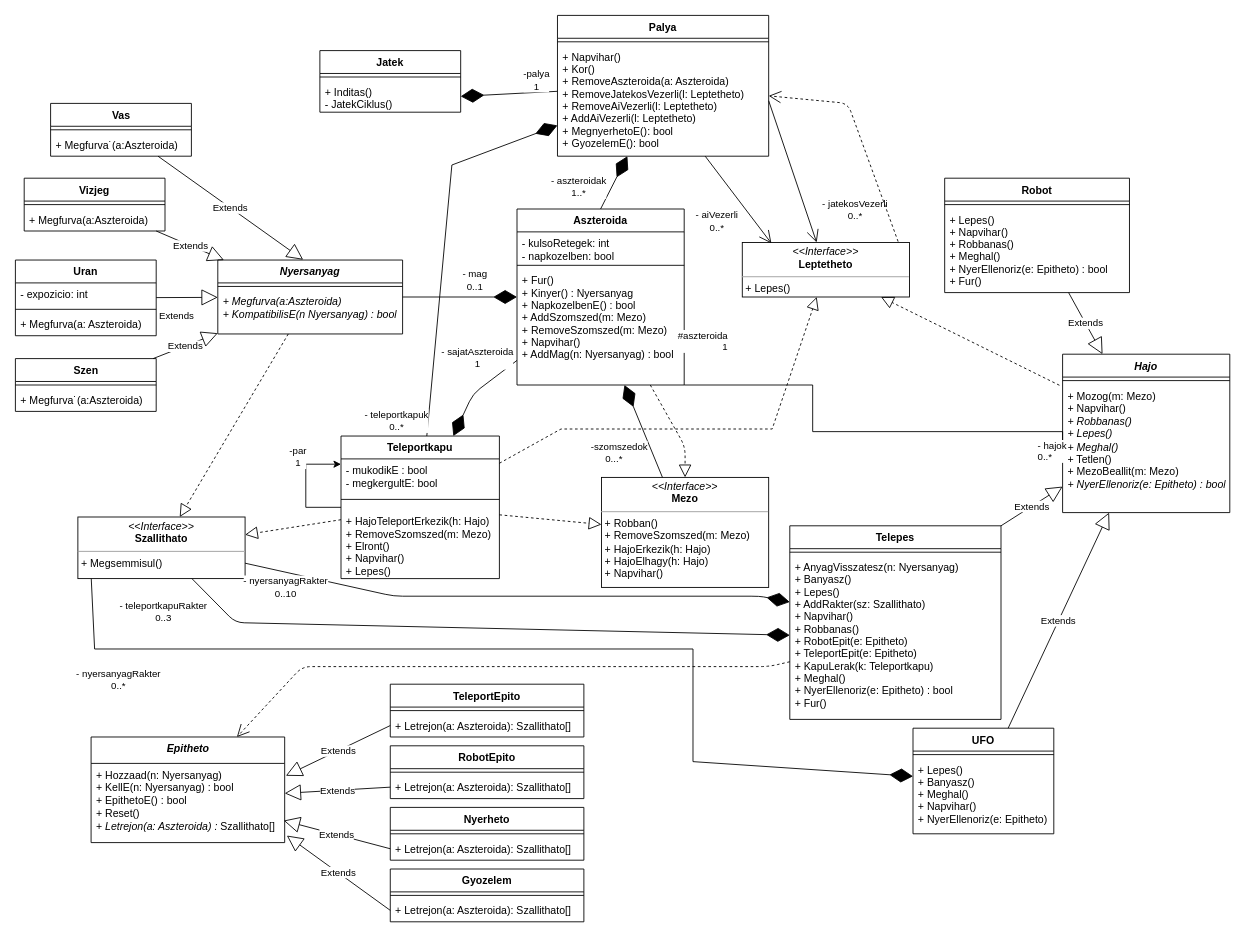
This is doc/class.drawio from torpeBoiGo/aszteroidabanyaszat, a draw.io file, before an edit. Source tidied: cells renumbered, new cells numbered last; positions are measured from the earlier drawing's top-left corner, leaving out a move shared by most shapes. Both pictures are drawn from the tidied source at 88%, with x=0, y=0 at pixel (15, 15).
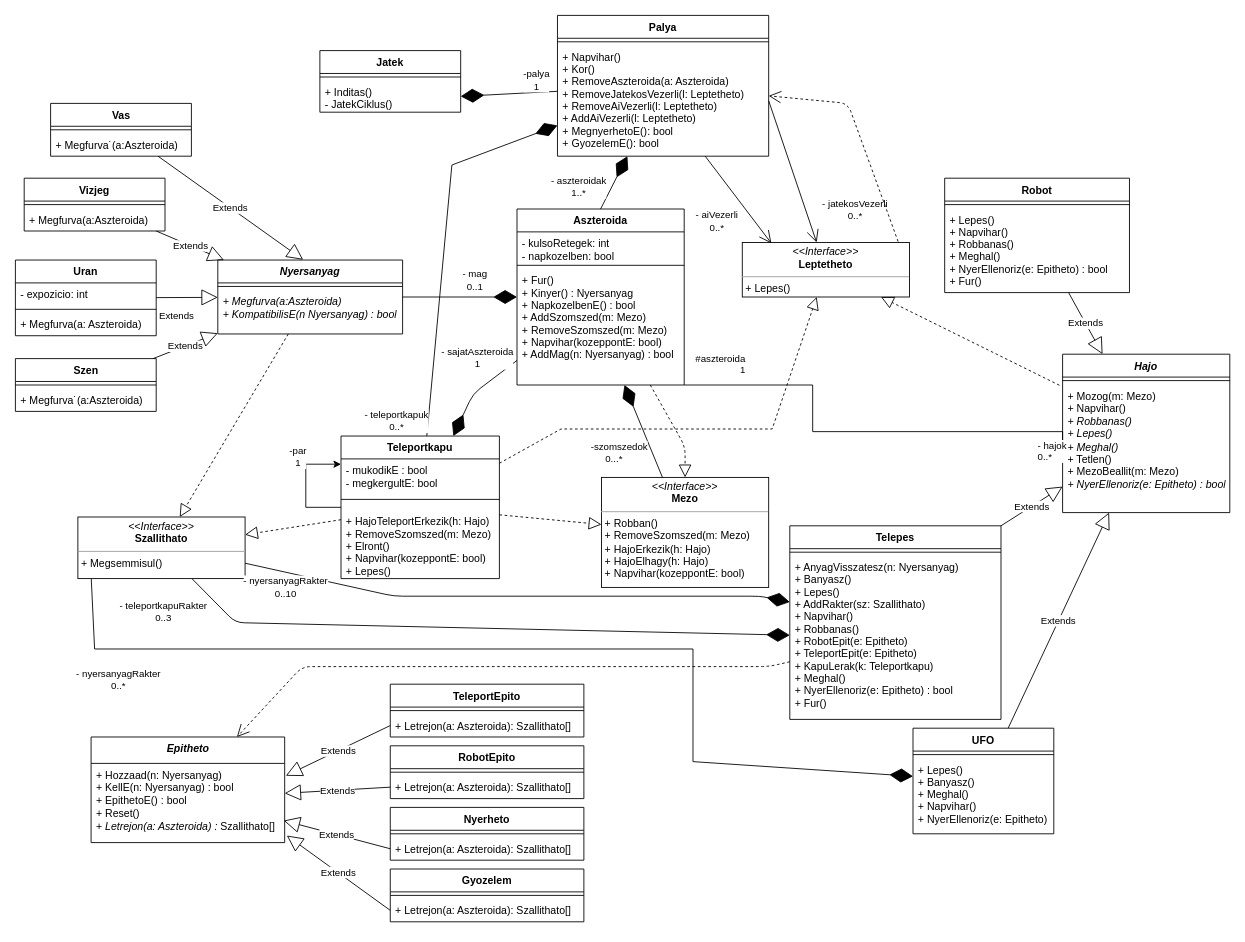
Above is the later version.

Commit message:
Napvihar(bool)

The change refers to these unchanged cells:
```xml
<mxCell id="9" value="Aszteroida" style="swimlane;fontStyle=1;align=center;verticalAlign=top;horizontal=1;startSize=26;" parent="1" vertex="1">
  <mxGeometry x="570" y="220" width="190" height="200" as="geometry" />
</mxCell>
<mxCell id="25" value="Teleportkapu" style="swimlane;fontStyle=1;align=center;verticalAlign=top;horizontal=1;startSize=26;" parent="1" vertex="1">
  <mxGeometry x="370" y="478" width="180" height="162" as="geometry" />
</mxCell>
<mxCell id="48" style="endArrow=none;html=1;edgeStyle=orthogonalEdgeStyle;entryX=0;entryY=0.5;entryDx=0;entryDy=0;rounded=0;" parent="1" edge="1" source="9" target="21">
  <mxGeometry relative="1" as="geometry">
    <Array as="points">
      <mxPoint x="906" y="420" />
      <mxPoint x="906" y="473" />
    </Array>
  </mxGeometry>
</mxCell>
```

Diff of the diagram source:
```diff
@@
-    <mxCell id="12" value="+ Fur()&#10;+ Kinyer() : Nyersanyag&#10;+ NapkozelbenE() : bool&#10;+ AddSzomszed(m: Mezo)&#10;+ RemoveSzomszed(m: Mezo)&#10;+ Napvihar()&#10;+ AddMag(n: Nyersanyag) : bool" style="text;strokeColor=none;fillColor=none;align=left;verticalAlign=top;spacingLeft=4;spacingRight=4;overflow=hidden;points=[[0,0.5],[1,0.5]];portConstraint=eastwest;" parent="9" vertex="1">
+    <mxCell id="12" value="+ Fur()&#10;+ Kinyer() : Nyersanyag&#10;+ NapkozelbenE() : bool&#10;+ AddSzomszed(m: Mezo)&#10;+ RemoveSzomszed(m: Mezo)&#10;+ Napvihar(kozeppontE: bool)&#10;+ AddMag(n: Nyersanyag) : bool" style="text;strokeColor=none;fillColor=none;align=left;verticalAlign=top;spacingLeft=4;spacingRight=4;overflow=hidden;points=[[0,0.5],[1,0.5]];portConstraint=eastwest;" parent="9" vertex="1">
       <mxGeometry y="68" width="190" height="132" as="geometry" />
     </mxCell>
@@
-    <mxCell id="28" value="+ HajoTeleportErkezik(h: Hajo)&#10;+ RemoveSzomszed(m: Mezo)&#10;+ Elront()&#10;+ Napvihar()&#10;+ Lepes()" style="text;strokeColor=none;fillColor=none;align=left;verticalAlign=top;spacingLeft=4;spacingRight=4;overflow=hidden;" parent="25" vertex="1">
+    <mxCell id="28" value="+ HajoTeleportErkezik(h: Hajo)&#10;+ RemoveSzomszed(m: Mezo)&#10;+ Elront()&#10;+ Napvihar(kozeppontE: bool)&#10;+ Lepes()" style="text;strokeColor=none;fillColor=none;align=left;verticalAlign=top;spacingLeft=4;spacingRight=4;overflow=hidden;" parent="25" vertex="1">
       <mxGeometry y="84" width="180" height="78" as="geometry" />
     </mxCell>
-    <mxCell id="29" value="&lt;p style=&quot;margin: 0px ; margin-top: 4px ; text-align: center&quot;&gt;&lt;i&gt;&amp;lt;&amp;lt;Interface&amp;gt;&amp;gt;&lt;/i&gt;&lt;br&gt;&lt;b&gt;Mezo&lt;/b&gt;&lt;/p&gt;&lt;hr size=&quot;1&quot;&gt;&lt;p style=&quot;margin: 0px ; margin-left: 4px&quot;&gt;+ Robban()&lt;/p&gt;&lt;p style=&quot;margin: 0px ; margin-left: 4px&quot;&gt;+ RemoveSzomszed(m: Mezo)&lt;/p&gt;&lt;p style=&quot;margin: 0px ; margin-left: 4px&quot;&gt;+ HajoErkezik(h: Hajo)&lt;/p&gt;&lt;p style=&quot;margin: 0px ; margin-left: 4px&quot;&gt;+ HajoElhagy(h: Hajo)&lt;/p&gt;&lt;p style=&quot;margin: 0px ; margin-left: 4px&quot;&gt;+ Napvihar()&lt;br&gt;&lt;/p&gt;" style="verticalAlign=top;align=left;overflow=fill;fontSize=12;fontFamily=Helvetica;html=1;" parent="1" vertex="1">
+    <mxCell id="29" value="&lt;p style=&quot;margin: 0px ; margin-top: 4px ; text-align: center&quot;&gt;&lt;i&gt;&amp;lt;&amp;lt;Interface&amp;gt;&amp;gt;&lt;/i&gt;&lt;br&gt;&lt;b&gt;Mezo&lt;/b&gt;&lt;/p&gt;&lt;hr size=&quot;1&quot;&gt;&lt;p style=&quot;margin: 0px ; margin-left: 4px&quot;&gt;+ Robban()&lt;/p&gt;&lt;p style=&quot;margin: 0px ; margin-left: 4px&quot;&gt;+ RemoveSzomszed(m: Mezo)&lt;/p&gt;&lt;p style=&quot;margin: 0px ; margin-left: 4px&quot;&gt;+ HajoErkezik(h: Hajo)&lt;/p&gt;&lt;p style=&quot;margin: 0px ; margin-left: 4px&quot;&gt;+ HajoElhagy(h: Hajo)&lt;/p&gt;&lt;p style=&quot;margin: 0px ; margin-left: 4px&quot;&gt;+ Napvihar(kozeppontE: bool)&lt;br&gt;&lt;/p&gt;" style="verticalAlign=top;align=left;overflow=fill;fontSize=12;fontFamily=Helvetica;html=1;" parent="1" vertex="1">
       <mxGeometry x="666" y="525" width="190" height="125" as="geometry" />
     </mxCell>
@@
     <mxCell id="50" value="#aszteroida&lt;br&gt;1" style="edgeLabel;html=1;align=right;verticalAlign=bottom;" parent="48" vertex="1">
       <mxGeometry x="1" relative="1" as="geometry">
-        <mxPoint x="-380" y="-107" as="offset" />
+        <mxPoint x="-360" y="-81.4" as="offset" />
       </mxGeometry>
     </mxCell>
```
